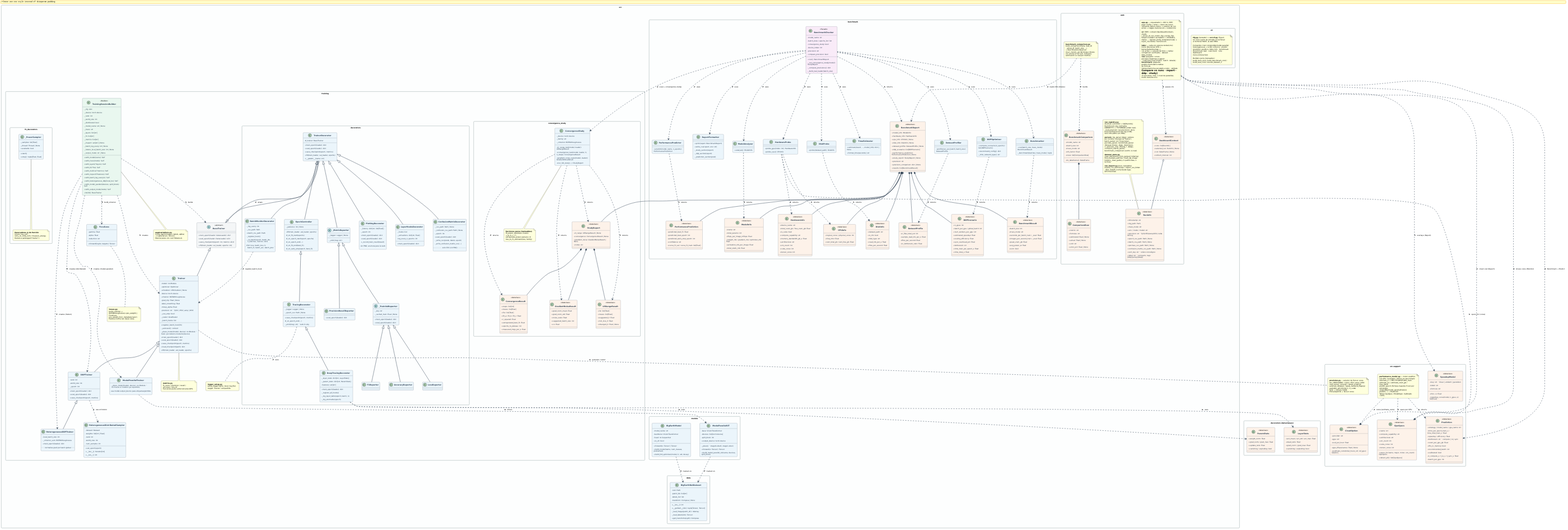
Earlier version of the PlantUML export docs/class_diagram.svg (alerguezrojas/tfg-distributed-transformers).
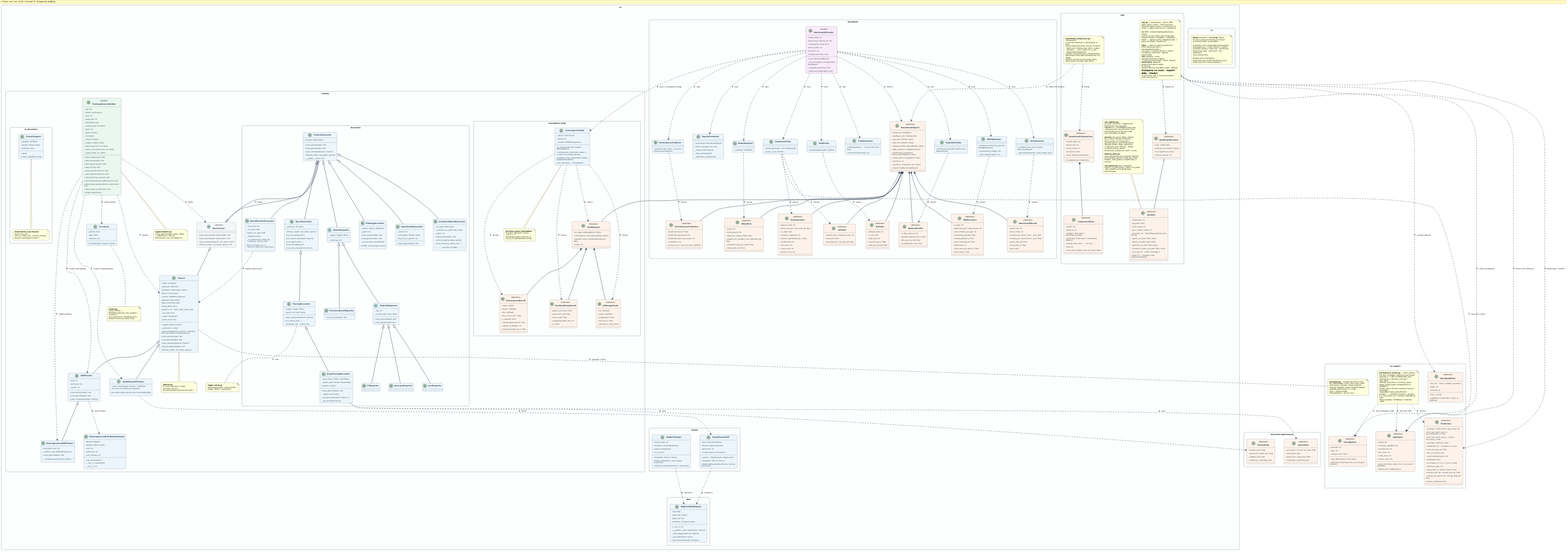
After the change.

Commit message:
docs: update class diagram (energy + 3-way comparison) and README

What changed in the source:
```diff
@@ -393,6 +393,7 @@
   class Prediction <<dataclass>> {
     + strategy / model_name / gpu_name: str
     + time_per_epoch_train_s / time_total_train_s: float
+    + time_per_epoch_eval_s / _total_s / time_total_s: float
     + speedup / efficiency: float
     + bottleneck: str  ' compute | io | sync
     + vram_per_gpu_gb: float
@@ -401,6 +402,10 @@
     + calibrated: bool
     + t_compute_s / t_io_s / t_sync_s: float
     + batch_per_gpu: int
+    + avg_power_w / power_total_w: float
+    + energy_train_wh / energy_eval_wh: float
+    + energy_per_epoch_wh / energy_total_wh: float
+    + power_calibrated: bool
   }
 
   note as perfmodel_note
@@ -408,9 +413,12 @@
     (sin GPU, testeable). Estima sin benchmark:
     estimate_rc = MFU·TFLOPS/FLOPs_train
     estimate_rio / estimate_vram_gb / max_batch
+    estimate_eval_time_s / estimate_power
+    power_working_gpus (single/hetero=1, ddp/MP=n)
     predict_epoch (fórmula maestra T(n,π) por
     estrategia: single/ddp/model_parallel/hetero)
-    predict(...) → Prediction
+    predict(...) → Prediction (tiempo + energía:
+    E = train_power_w·n × tiempo, calibrada de logs)
     Tablas GpuSpec / ModelSpec. Calibrado <10%.
   end note
 
@@ -606,20 +614,24 @@
   class ComparisonRow <<dataclass>> {
     + metric: str
     + formula: str
-    + estimated: float | None
-    + actual: float | None
+    + analytic: float | None   ' performance_model
+    + estimated: float | None  ' benchmark empírico
+    + actual: float | None     ' run real
     + unit: str
-    + error_pct: float | None
+    + error_pct / analytic_error_pct: float | None
   }
 
   note as cmp_note
-    **benchmark_comparison.py**
-    build_comparison(meta, feas_df,
-      actual_df, batch_size, ...)
+    **benchmark_comparison.py** — comparación
+    a 3 fuentes (Estimate vs Benchmark vs Run)
+    build_comparison(meta, feas_df, actual_df,
+      batch_size, strategy, gpu_name, n_gpus,
+      precision, ..., run_n_train, run_n_val)
     → BenchmarkComparison
-    Usa n_train/n_val del bloque #sizes
-    (no asume el full set). Compara
-    estimación vs real por métrica.
+    analítico vía performance_model.predict();
+    benchmark recalculado al tamaño del run desde
+    s/batch; energía real de energy_train_j.
+    Filas tiempo / energía / Best Val F1.
   end note
 
   class DashboardContext <<dataclass>> {
```
